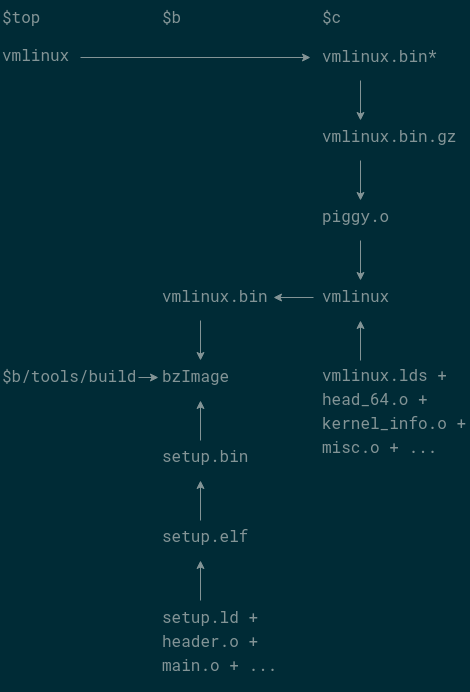
Earlier version of the draw.io export image/linux-build.png (monstrous-moonshine/linux-kernel-study). Source tidied: cells renumbered, new cells last; positions are measured from the earlier drawing's top-left corner, leaving out a move shared by most shapes.
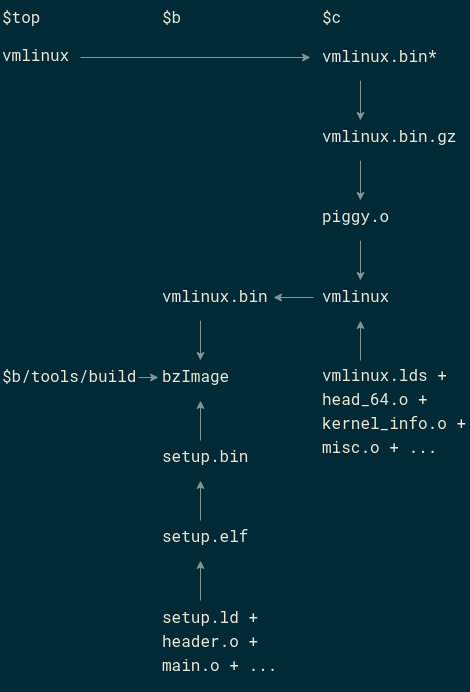
The same diagram one commit later.

The edit, as a diff of the source:
```diff
@@ -2,111 +2,111 @@
   <root>
     <mxCell id="0" />
     <mxCell id="1" parent="0" />
-    <mxCell id="2" value="&lt;font style=&quot;font-size: 16px;&quot;&gt;$top&lt;/font&gt;" style="text;html=1;strokeColor=none;fillColor=none;align=left;verticalAlign=top;whiteSpace=wrap;rounded=0;fontFamily=Roboto Mono;fontSource=https%3A%2F%2Ffonts.googleapis.com%2Fcss%3Ffamily%3DRoboto%2BMono;fontColor=#839496;fontSize=16;" parent="1" vertex="1">
+    <mxCell id="2" value="&lt;font style=&quot;font-size: 16px;&quot;&gt;$top&lt;/font&gt;" style="text;html=1;strokeColor=none;fillColor=none;align=left;verticalAlign=top;whiteSpace=wrap;rounded=0;fontFamily=Roboto Mono;fontSource=https%3A%2F%2Ffonts.googleapis.com%2Fcss%3Ffamily%3DRoboto%2BMono;fontColor=#eee8d5;fontSize=16;" parent="1" vertex="1">
       <mxGeometry width="60" height="30" as="geometry" />
     </mxCell>
-    <mxCell id="3" value="&lt;font style=&quot;font-size: 16px;&quot;&gt;$b&lt;/font&gt;" style="text;html=1;strokeColor=none;fillColor=none;align=left;verticalAlign=top;whiteSpace=wrap;rounded=0;fontFamily=Roboto Mono;fontSource=https%3A%2F%2Ffonts.googleapis.com%2Fcss%3Ffamily%3DRoboto%2BMono;fontColor=#839496;fontSize=16;" parent="1" vertex="1">
+    <mxCell id="3" value="&lt;font style=&quot;font-size: 16px;&quot;&gt;$b&lt;/font&gt;" style="text;html=1;strokeColor=none;fillColor=none;align=left;verticalAlign=top;whiteSpace=wrap;rounded=0;fontFamily=Roboto Mono;fontSource=https%3A%2F%2Ffonts.googleapis.com%2Fcss%3Ffamily%3DRoboto%2BMono;fontColor=#eee8d5;fontSize=16;" parent="1" vertex="1">
       <mxGeometry x="160" width="60" height="30" as="geometry" />
     </mxCell>
-    <mxCell id="4" value="&lt;font style=&quot;font-size: 16px;&quot;&gt;$c&lt;/font&gt;" style="text;html=1;strokeColor=none;fillColor=none;align=left;verticalAlign=top;whiteSpace=wrap;rounded=0;fontFamily=Roboto Mono;fontSource=https%3A%2F%2Ffonts.googleapis.com%2Fcss%3Ffamily%3DRoboto%2BMono;fontColor=#839496;fontSize=16;" parent="1" vertex="1">
+    <mxCell id="4" value="&lt;font style=&quot;font-size: 16px;&quot;&gt;$c&lt;/font&gt;" style="text;html=1;strokeColor=none;fillColor=none;align=left;verticalAlign=top;whiteSpace=wrap;rounded=0;fontFamily=Roboto Mono;fontSource=https%3A%2F%2Ffonts.googleapis.com%2Fcss%3Ffamily%3DRoboto%2BMono;fontColor=#eee8d5;fontSize=16;" parent="1" vertex="1">
       <mxGeometry x="320" width="60" height="30" as="geometry" />
     </mxCell>
-    <mxCell id="5" value="&lt;font face=&quot;Roboto Mono&quot; style=&quot;font-size: 16px;&quot;&gt;vmlinux&lt;/font&gt;" style="text;html=1;strokeColor=none;fillColor=none;align=left;verticalAlign=middle;whiteSpace=wrap;rounded=0;fontFamily=Lucida Console;fontColor=#839496;fontSize=16;" parent="1" vertex="1">
+    <mxCell id="5" value="&lt;font face=&quot;Roboto Mono&quot; style=&quot;font-size: 16px;&quot;&gt;vmlinux&lt;/font&gt;" style="text;html=1;strokeColor=none;fillColor=none;align=left;verticalAlign=middle;whiteSpace=wrap;rounded=0;fontFamily=Lucida Console;fontColor=#eee8d5;fontSize=16;" parent="1" vertex="1">
       <mxGeometry y="40" width="60" height="30" as="geometry" />
     </mxCell>
-    <mxCell id="6" value="vmlinux.bin*" style="text;html=1;strokeColor=none;fillColor=none;align=left;verticalAlign=middle;whiteSpace=wrap;rounded=0;fontFamily=Roboto Mono;fontSource=https%3A%2F%2Ffonts.googleapis.com%2Fcss%3Ffamily%3DRoboto%2BMono;fontColor=#839496;fontSize=16;" parent="1" vertex="1">
+    <mxCell id="6" value="vmlinux.bin*" style="text;html=1;strokeColor=none;fillColor=none;align=left;verticalAlign=middle;whiteSpace=wrap;rounded=0;fontFamily=Roboto Mono;fontSource=https%3A%2F%2Ffonts.googleapis.com%2Fcss%3Ffamily%3DRoboto%2BMono;fontColor=#eee8d5;fontSize=16;" parent="1" vertex="1">
       <mxGeometry x="320" y="40" width="100" height="30" as="geometry" />
     </mxCell>
-    <mxCell id="7" value="vmlinux.bin.gz" style="text;html=1;strokeColor=none;fillColor=none;align=left;verticalAlign=middle;whiteSpace=wrap;rounded=0;fontFamily=Roboto Mono;fontSource=https%3A%2F%2Ffonts.googleapis.com%2Fcss%3Ffamily%3DRoboto%2BMono;fontColor=#839496;fontSize=16;" parent="1" vertex="1">
+    <mxCell id="7" value="vmlinux.bin.gz" style="text;html=1;strokeColor=none;fillColor=none;align=left;verticalAlign=middle;whiteSpace=wrap;rounded=0;fontFamily=Roboto Mono;fontSource=https%3A%2F%2Ffonts.googleapis.com%2Fcss%3Ffamily%3DRoboto%2BMono;fontColor=#eee8d5;fontSize=16;" parent="1" vertex="1">
       <mxGeometry x="320" y="120" width="130" height="30" as="geometry" />
     </mxCell>
-    <mxCell id="8" value="piggy.o" style="text;html=1;strokeColor=none;fillColor=none;align=left;verticalAlign=middle;whiteSpace=wrap;rounded=0;fontFamily=Roboto Mono;fontSource=https%3A%2F%2Ffonts.googleapis.com%2Fcss%3Ffamily%3DRoboto%2BMono;fontColor=#839496;fontSize=16;" parent="1" vertex="1">
+    <mxCell id="8" value="piggy.o" style="text;html=1;strokeColor=none;fillColor=none;align=left;verticalAlign=middle;whiteSpace=wrap;rounded=0;fontFamily=Roboto Mono;fontSource=https%3A%2F%2Ffonts.googleapis.com%2Fcss%3Ffamily%3DRoboto%2BMono;fontColor=#eee8d5;fontSize=16;" parent="1" vertex="1">
       <mxGeometry x="320" y="200" width="60" height="30" as="geometry" />
     </mxCell>
-    <mxCell id="9" value="vmlinux" style="text;html=1;strokeColor=none;fillColor=none;align=left;verticalAlign=middle;whiteSpace=wrap;rounded=0;fontFamily=Roboto Mono;fontSource=https%3A%2F%2Ffonts.googleapis.com%2Fcss%3Ffamily%3DRoboto%2BMono;fontColor=#839496;fontSize=16;" parent="1" vertex="1">
+    <mxCell id="9" value="vmlinux" style="text;html=1;strokeColor=none;fillColor=none;align=left;verticalAlign=middle;whiteSpace=wrap;rounded=0;fontFamily=Roboto Mono;fontSource=https%3A%2F%2Ffonts.googleapis.com%2Fcss%3Ffamily%3DRoboto%2BMono;fontColor=#eee8d5;fontSize=16;" parent="1" vertex="1">
       <mxGeometry x="320" y="280" width="60" height="30" as="geometry" />
     </mxCell>
-    <mxCell id="10" value="vmlinux.bin" style="text;html=1;strokeColor=none;fillColor=none;align=left;verticalAlign=middle;whiteSpace=wrap;rounded=0;fontFamily=Roboto Mono;fontSource=https%3A%2F%2Ffonts.googleapis.com%2Fcss%3Ffamily%3DRoboto%2BMono;fontColor=#839496;fontSize=16;" parent="1" vertex="1">
+    <mxCell id="10" value="vmlinux.bin" style="text;html=1;strokeColor=none;fillColor=none;align=left;verticalAlign=middle;whiteSpace=wrap;rounded=0;fontFamily=Roboto Mono;fontSource=https%3A%2F%2Ffonts.googleapis.com%2Fcss%3Ffamily%3DRoboto%2BMono;fontColor=#eee8d5;fontSize=16;" parent="1" vertex="1">
       <mxGeometry x="160" y="280" width="100" height="30" as="geometry" />
     </mxCell>
-    <mxCell id="11" value="setup.bin" style="text;html=1;strokeColor=none;fillColor=none;align=left;verticalAlign=middle;whiteSpace=wrap;rounded=0;fontFamily=Roboto Mono;fontSource=https%3A%2F%2Ffonts.googleapis.com%2Fcss%3Ffamily%3DRoboto%2BMono;fontColor=#839496;fontSize=16;" parent="1" vertex="1">
+    <mxCell id="11" value="setup.bin" style="text;html=1;strokeColor=none;fillColor=none;align=left;verticalAlign=middle;whiteSpace=wrap;rounded=0;fontFamily=Roboto Mono;fontSource=https%3A%2F%2Ffonts.googleapis.com%2Fcss%3Ffamily%3DRoboto%2BMono;fontColor=#eee8d5;fontSize=16;" parent="1" vertex="1">
       <mxGeometry x="160" y="440" width="100" height="30" as="geometry" />
     </mxCell>
-    <mxCell id="12" value="setup.elf" style="text;html=1;strokeColor=none;fillColor=none;align=left;verticalAlign=middle;whiteSpace=wrap;rounded=0;fontFamily=Roboto Mono;fontSource=https%3A%2F%2Ffonts.googleapis.com%2Fcss%3Ffamily%3DRoboto%2BMono;fontColor=#839496;fontSize=16;" parent="1" vertex="1">
+    <mxCell id="12" value="setup.elf" style="text;html=1;strokeColor=none;fillColor=none;align=left;verticalAlign=middle;whiteSpace=wrap;rounded=0;fontFamily=Roboto Mono;fontSource=https%3A%2F%2Ffonts.googleapis.com%2Fcss%3Ffamily%3DRoboto%2BMono;fontColor=#eee8d5;fontSize=16;" parent="1" vertex="1">
       <mxGeometry x="160" y="520" width="100" height="30" as="geometry" />
     </mxCell>
-    <mxCell id="13" style="endArrow=classic;html=1;rounded=0;verticalAlign=middle;fontColor=#839496;strokeColor=#839496;fontSize=16;" parent="1" edge="1">
+    <mxCell id="13" style="endArrow=classic;html=1;rounded=0;verticalAlign=middle;fontColor=#eee8d5;strokeColor=#839496;fontSize=16;" parent="1" edge="1">
       <mxGeometry relative="1" as="geometry">
         <mxPoint x="80" y="57" as="sourcePoint" />
         <mxPoint x="310" y="57" as="targetPoint" />
       </mxGeometry>
     </mxCell>
-    <mxCell id="14" style="endArrow=classic;html=1;rounded=0;fontColor=#839496;strokeColor=#839496;fontSize=16;" parent="1" edge="1">
+    <mxCell id="14" style="endArrow=classic;html=1;rounded=0;fontColor=#eee8d5;strokeColor=#839496;fontSize=16;" parent="1" edge="1">
       <mxGeometry relative="1" as="geometry">
         <mxPoint x="360" y="80" as="sourcePoint" />
         <mxPoint x="360" y="120" as="targetPoint" />
       </mxGeometry>
     </mxCell>
-    <mxCell id="15" style="endArrow=classic;html=1;rounded=0;fontColor=#839496;strokeColor=#839496;fontSize=16;" parent="1" edge="1">
+    <mxCell id="15" style="endArrow=classic;html=1;rounded=0;fontColor=#eee8d5;strokeColor=#839496;fontSize=16;" parent="1" edge="1">
       <mxGeometry relative="1" as="geometry">
         <mxPoint x="360" y="160" as="sourcePoint" />
         <mxPoint x="360" y="200" as="targetPoint" />
       </mxGeometry>
     </mxCell>
-    <mxCell id="16" style="endArrow=classic;html=1;rounded=0;fontColor=#839496;strokeColor=#839496;fontSize=16;" parent="1" edge="1">
+    <mxCell id="16" style="endArrow=classic;html=1;rounded=0;fontColor=#eee8d5;strokeColor=#839496;fontSize=16;" parent="1" edge="1">
       <mxGeometry relative="1" as="geometry">
         <mxPoint x="360" y="240" as="sourcePoint" />
         <mxPoint x="360" y="280" as="targetPoint" />
       </mxGeometry>
     </mxCell>
-    <mxCell id="17" style="endArrow=classic;html=1;rounded=0;exitX=0.4;exitY=0;exitDx=0;exitDy=0;exitPerimeter=0;fontColor=#839496;strokeColor=#839496;fontSize=16;" parent="1" edge="1" source="12">
+    <mxCell id="17" style="endArrow=classic;html=1;rounded=0;exitX=0.4;exitY=0;exitDx=0;exitDy=0;exitPerimeter=0;fontColor=#eee8d5;strokeColor=#839496;fontSize=16;" parent="1" edge="1" source="12">
       <mxGeometry relative="1" as="geometry">
         <mxPoint x="200" y="480" as="targetPoint" />
       </mxGeometry>
     </mxCell>
-    <mxCell id="18" style="endArrow=classic;html=1;rounded=0;fontColor=#839496;fontSize=16;strokeColor=#839496;" parent="1" edge="1">
+    <mxCell id="18" style="endArrow=classic;html=1;rounded=0;fontColor=#eee8d5;fontSize=16;strokeColor=#839496;" parent="1" edge="1">
       <mxGeometry relative="1" as="geometry">
         <mxPoint x="313" y="297" as="sourcePoint" />
         <mxPoint x="273" y="297" as="targetPoint" />
       </mxGeometry>
     </mxCell>
-    <mxCell id="19" value="bzImage" style="text;html=1;strokeColor=none;fillColor=none;align=left;verticalAlign=middle;whiteSpace=wrap;rounded=0;fontFamily=Roboto Mono;fontSource=https%3A%2F%2Ffonts.googleapis.com%2Fcss%3Ffamily%3DRoboto%2BMono;fontColor=#839496;fontSize=16;" parent="1" vertex="1">
+    <mxCell id="19" value="bzImage" style="text;html=1;strokeColor=none;fillColor=none;align=left;verticalAlign=middle;whiteSpace=wrap;rounded=0;fontFamily=Roboto Mono;fontSource=https%3A%2F%2Ffonts.googleapis.com%2Fcss%3Ffamily%3DRoboto%2BMono;fontColor=#eee8d5;fontSize=16;" parent="1" vertex="1">
       <mxGeometry x="160" y="360" width="100" height="30" as="geometry" />
     </mxCell>
-    <mxCell id="20" style="endArrow=classic;html=1;rounded=0;exitX=0.4;exitY=0;exitDx=0;exitDy=0;exitPerimeter=0;fontColor=#839496;strokeColor=#839496;fontSize=16;" parent="1" edge="1">
+    <mxCell id="20" style="endArrow=classic;html=1;rounded=0;exitX=0.4;exitY=0;exitDx=0;exitDy=0;exitPerimeter=0;fontColor=#eee8d5;strokeColor=#839496;fontSize=16;" parent="1" edge="1">
       <mxGeometry relative="1" as="geometry">
         <mxPoint x="200" y="440" as="sourcePoint" />
         <mxPoint x="200" y="400" as="targetPoint" />
       </mxGeometry>
     </mxCell>
-    <mxCell id="21" style="endArrow=classic;html=1;rounded=0;fontColor=#839496;strokeColor=#839496;fontSize=16;" parent="1" edge="1">
+    <mxCell id="21" style="endArrow=classic;html=1;rounded=0;fontColor=#eee8d5;strokeColor=#839496;fontSize=16;" parent="1" edge="1">
       <mxGeometry relative="1" as="geometry">
         <mxPoint x="200" y="320" as="sourcePoint" />
         <mxPoint x="200" y="360" as="targetPoint" />
       </mxGeometry>
     </mxCell>
-    <mxCell id="22" value="&lt;p style=&quot;line-height: 120%; font-size: 16px;&quot;&gt;&lt;/p&gt;&lt;div style=&quot;line-height: 150%; font-size: 16px;&quot;&gt;vmlinux.lds +&lt;/div&gt;&lt;div style=&quot;line-height: 150%; font-size: 16px;&quot;&gt;head_64.o +&lt;/div&gt;&lt;div style=&quot;line-height: 150%; font-size: 16px;&quot;&gt;kernel_info.o +&lt;/div&gt;&lt;div style=&quot;line-height: 150%; font-size: 16px;&quot;&gt;misc.o + ...&lt;/div&gt;&lt;p style=&quot;font-size: 16px;&quot;&gt;&lt;/p&gt;" style="text;html=1;strokeColor=none;fillColor=none;align=left;verticalAlign=middle;whiteSpace=wrap;rounded=0;fontFamily=Roboto Mono;fontSource=https%3A%2F%2Ffonts.googleapis.com%2Fcss%3Ffamily%3DRoboto%2BMono;fontColor=#839496;fontSize=16;" parent="1" vertex="1">
+    <mxCell id="22" value="&lt;p style=&quot;line-height: 120%; font-size: 16px;&quot;&gt;&lt;/p&gt;&lt;div style=&quot;line-height: 150%; font-size: 16px;&quot;&gt;vmlinux.lds +&lt;/div&gt;&lt;div style=&quot;line-height: 150%; font-size: 16px;&quot;&gt;head_64.o +&lt;/div&gt;&lt;div style=&quot;line-height: 150%; font-size: 16px;&quot;&gt;kernel_info.o +&lt;/div&gt;&lt;div style=&quot;line-height: 150%; font-size: 16px;&quot;&gt;misc.o + ...&lt;/div&gt;&lt;p style=&quot;font-size: 16px;&quot;&gt;&lt;/p&gt;" style="text;html=1;strokeColor=none;fillColor=none;align=left;verticalAlign=middle;whiteSpace=wrap;rounded=0;fontFamily=Roboto Mono;fontSource=https%3A%2F%2Ffonts.googleapis.com%2Fcss%3Ffamily%3DRoboto%2BMono;fontColor=#eee8d5;fontSize=16;" parent="1" vertex="1">
       <mxGeometry x="320" y="360" width="150" height="100" as="geometry" />
     </mxCell>
-    <mxCell id="23" style="endArrow=classic;html=1;rounded=0;exitX=0.4;exitY=0;exitDx=0;exitDy=0;exitPerimeter=0;fontColor=#839496;strokeColor=#839496;fontSize=16;" parent="1" edge="1">
+    <mxCell id="23" style="endArrow=classic;html=1;rounded=0;exitX=0.4;exitY=0;exitDx=0;exitDy=0;exitPerimeter=0;fontColor=#eee8d5;strokeColor=#839496;fontSize=16;" parent="1" edge="1">
       <mxGeometry relative="1" as="geometry">
         <mxPoint x="360" y="360" as="sourcePoint" />
         <mxPoint x="360" y="320" as="targetPoint" />
       </mxGeometry>
     </mxCell>
-    <mxCell id="24" value="&lt;p style=&quot;line-height: 120%; font-size: 16px;&quot;&gt;&lt;/p&gt;&lt;div style=&quot;line-height: 150%; font-size: 16px;&quot;&gt;setup.ld +&lt;/div&gt;&lt;div style=&quot;line-height: 150%; font-size: 16px;&quot;&gt;header.o +&lt;/div&gt;&lt;div style=&quot;line-height: 150%; font-size: 16px;&quot;&gt;main.o + ...&lt;br style=&quot;font-size: 16px;&quot;&gt;&lt;/div&gt;&lt;p style=&quot;font-size: 16px;&quot;&gt;&lt;/p&gt;" style="text;html=1;strokeColor=none;fillColor=none;align=left;verticalAlign=middle;whiteSpace=wrap;rounded=0;fontFamily=Roboto Mono;fontSource=https%3A%2F%2Ffonts.googleapis.com%2Fcss%3Ffamily%3DRoboto%2BMono;fontColor=#839496;fontSize=16;" parent="1" vertex="1">
+    <mxCell id="24" value="&lt;p style=&quot;line-height: 120%; font-size: 16px;&quot;&gt;&lt;/p&gt;&lt;div style=&quot;line-height: 150%; font-size: 16px;&quot;&gt;setup.ld +&lt;/div&gt;&lt;div style=&quot;line-height: 150%; font-size: 16px;&quot;&gt;header.o +&lt;/div&gt;&lt;div style=&quot;line-height: 150%; font-size: 16px;&quot;&gt;main.o + ...&lt;br style=&quot;font-size: 16px;&quot;&gt;&lt;/div&gt;&lt;p style=&quot;font-size: 16px;&quot;&gt;&lt;/p&gt;" style="text;html=1;strokeColor=none;fillColor=none;align=left;verticalAlign=middle;whiteSpace=wrap;rounded=0;fontFamily=Roboto Mono;fontSource=https%3A%2F%2Ffonts.googleapis.com%2Fcss%3Ffamily%3DRoboto%2BMono;fontColor=#eee8d5;fontSize=16;" parent="1" vertex="1">
       <mxGeometry x="160" y="600" width="140" height="80" as="geometry" />
     </mxCell>
-    <mxCell id="25" style="endArrow=classic;html=1;rounded=0;exitX=0.4;exitY=0;exitDx=0;exitDy=0;exitPerimeter=0;fontColor=#839496;strokeColor=#839496;fontSize=16;" parent="1" edge="1">
+    <mxCell id="25" style="endArrow=classic;html=1;rounded=0;exitX=0.4;exitY=0;exitDx=0;exitDy=0;exitPerimeter=0;fontColor=#eee8d5;strokeColor=#839496;fontSize=16;" parent="1" edge="1">
       <mxGeometry relative="1" as="geometry">
         <mxPoint x="200" y="600" as="sourcePoint" />
         <mxPoint x="200" y="560" as="targetPoint" />
       </mxGeometry>
     </mxCell>
-    <mxCell id="26" value="$b/tools/build" style="text;html=1;strokeColor=none;fillColor=none;align=left;verticalAlign=middle;whiteSpace=wrap;rounded=0;fontFamily=Roboto Mono;fontSource=https%3A%2F%2Ffonts.googleapis.com%2Fcss%3Ffamily%3DRoboto%2BMono;fontColor=#839496;fontSize=16;" parent="1" vertex="1">
+    <mxCell id="26" value="$b/tools/build" style="text;html=1;strokeColor=none;fillColor=none;align=left;verticalAlign=middle;whiteSpace=wrap;rounded=0;fontFamily=Roboto Mono;fontSource=https%3A%2F%2Ffonts.googleapis.com%2Fcss%3Ffamily%3DRoboto%2BMono;fontColor=#eee8d5;fontSize=16;" parent="1" vertex="1">
       <mxGeometry y="360" width="140" height="30" as="geometry" />
     </mxCell>
-    <mxCell id="27" style="endArrow=classic;html=1;rounded=0;fontColor=#839496;fontSize=16;strokeColor=#839496;" parent="1" edge="1">
+    <mxCell id="27" style="endArrow=classic;html=1;rounded=0;fontColor=#eee8d5;fontSize=16;strokeColor=#839496;" parent="1" edge="1">
       <mxGeometry relative="1" as="geometry">
         <mxPoint x="138" y="377" as="sourcePoint" />
         <mxPoint x="158" y="377" as="targetPoint" />
```
